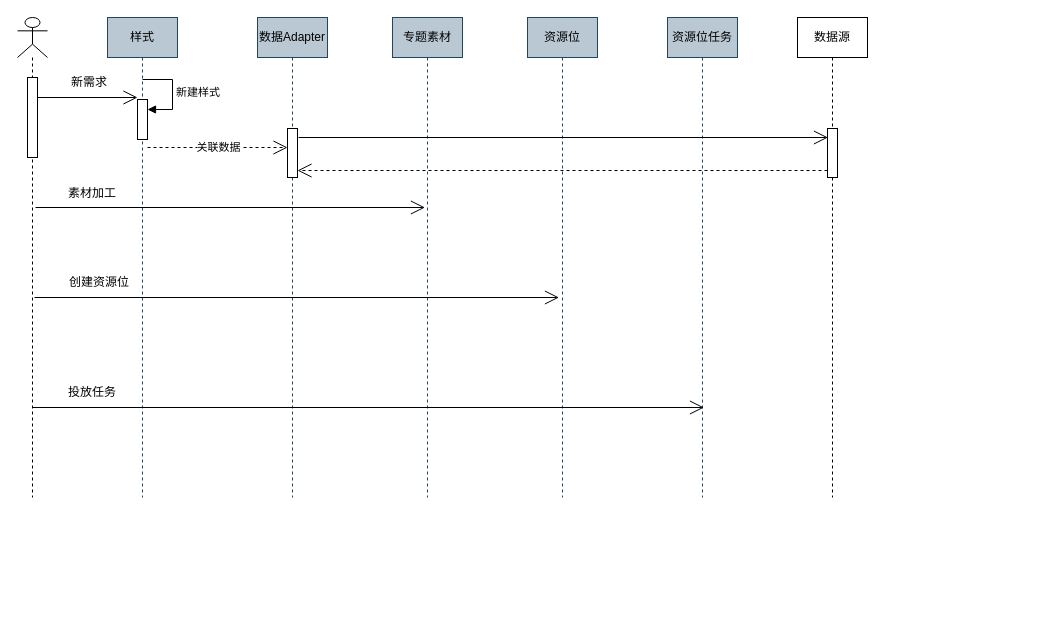
Before: draft/XR交互流程.drawio in melonshell/draw.io, a draw.io diagram. Source tidied: cells renumbered, new cells numbered last; positions are measured from the earlier drawing's top-left corner, leaving out a move shared by most shapes. Both pictures are drawn from the tidied source at 100%, with x=0, y=0 at pixel (17, 17).
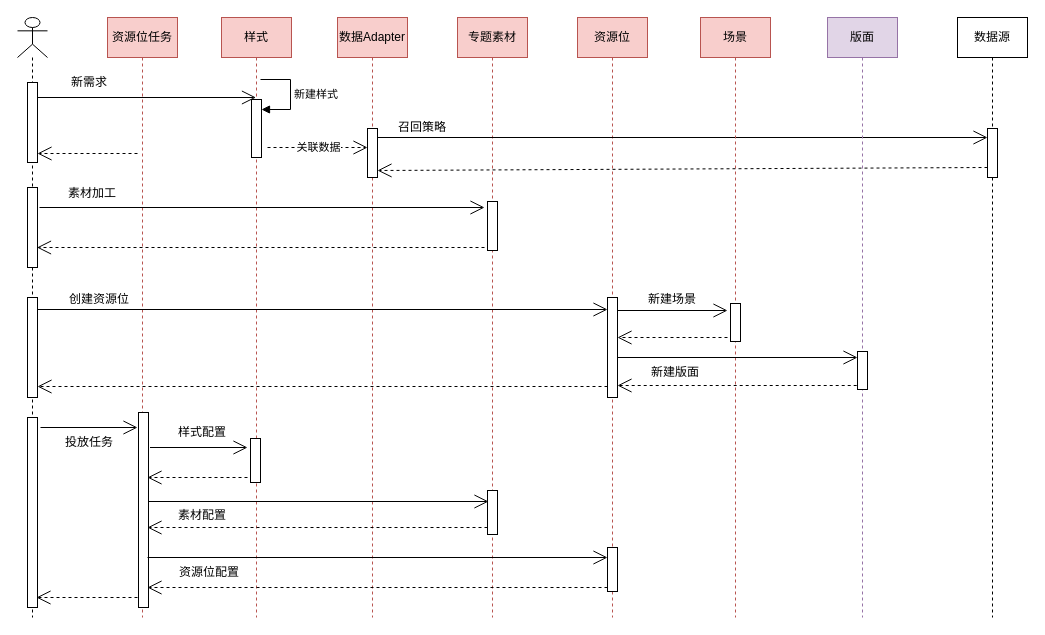
After the change.

Commit message (it also covers changes not shown here):
更新XR交互流程.drawio

Unchanged cells that the change refers to:
```xml
<mxCell id="23" style="html=1;points=[[0,0,0,0,5],[0,1,0,0,-5],[1,0,0,0,5],[1,1,0,0,-5]];perimeter=orthogonalPerimeter;outlineConnect=0;targetShapes=umlLifeline;portConstraint=eastwest;newEdgeStyle={&quot;curved&quot;:0,&quot;rounded&quot;:0};" parent="22" vertex="1">
  <mxGeometry x="30" y="111" width="10" height="49" as="geometry" />
</mxCell>
```

Change to the diagram source:
```diff
@@
-    <mxCell id="2" value="样式" style="shape=umlLifeline;perimeter=lifelinePerimeter;whiteSpace=wrap;html=1;outlineConnect=0;portConstraint=eastwest;newEdgeStyle={&quot;edgeStyle&quot;:&quot;elbowEdgeStyle&quot;,&quot;elbow&quot;:&quot;vertical&quot;,&quot;curved&quot;:0,&quot;rounded&quot;:0};fillColor=#bac8d3;strokeColor=#23445d;" parent="1" vertex="1">
-      <mxGeometry x="90" width="70" height="480" as="geometry" />
+    <mxCell id="2" value="样式" style="shape=umlLifeline;perimeter=lifelinePerimeter;whiteSpace=wrap;html=1;outlineConnect=0;portConstraint=eastwest;newEdgeStyle={&quot;edgeStyle&quot;:&quot;elbowEdgeStyle&quot;,&quot;elbow&quot;:&quot;vertical&quot;,&quot;curved&quot;:0,&quot;rounded&quot;:0};fillColor=#f8cecc;strokeColor=#b85450;" parent="1" vertex="1">
+      <mxGeometry x="204" width="70" height="600" as="geometry" />
     </mxCell>
     <mxCell id="3" style="html=1;points=[[0,0,0,0,5],[0,1,0,0,-5],[1,0,0,0,5],[1,1,0,0,-5]];perimeter=orthogonalPerimeter;outlineConnect=0;targetShapes=umlLifeline;portConstraint=eastwest;newEdgeStyle={&quot;curved&quot;:0,&quot;rounded&quot;:0};" parent="2" vertex="1">
-      <mxGeometry x="30" y="82" width="10" height="40" as="geometry" />
+      <mxGeometry x="30" y="82" width="10" height="58" as="geometry" />
     </mxCell>
     <mxCell id="4" value="新建样式" style="html=1;align=left;spacingLeft=2;endArrow=block;rounded=0;edgeStyle=orthogonalEdgeStyle;curved=0;rounded=0;" parent="2" edge="1" target="3">
       <mxGeometry relative="1" as="geometry">
-        <mxPoint x="35" y="62" as="sourcePoint" />
+        <mxPoint x="39" y="62" as="sourcePoint" />
         <Array as="points">
-          <mxPoint x="65" y="92" />
+          <mxPoint x="69" y="92" />
         </Array>
       </mxGeometry>
     </mxCell>
+    <mxCell id="26" style="html=1;perimeter=orthogonalPerimeter;targetShapes=umlLifeline;newEdgeStyle={&quot;curved&quot;:0,&quot;rounded&quot;:0};" parent="2" vertex="1">
+      <mxGeometry x="29" y="421" width="10" height="44" as="geometry" />
+    </mxCell>
-    <mxCell id="5" value="数据Adapter" style="shape=umlLifeline;perimeter=lifelinePerimeter;whiteSpace=wrap;html=1;newEdgeStyle={&quot;edgeStyle&quot;:&quot;elbowEdgeStyle&quot;,&quot;elbow&quot;:&quot;vertical&quot;,&quot;curved&quot;:0,&quot;rounded&quot;:0};fillColor=#bac8d3;strokeColor=#23445d;" parent="1" vertex="1">
-      <mxGeometry x="240" width="70" height="480" as="geometry" />
+    <mxCell id="5" value="数据Adapter" style="shape=umlLifeline;perimeter=lifelinePerimeter;whiteSpace=wrap;html=1;newEdgeStyle={&quot;edgeStyle&quot;:&quot;elbowEdgeStyle&quot;,&quot;elbow&quot;:&quot;vertical&quot;,&quot;curved&quot;:0,&quot;rounded&quot;:0};fillColor=#f8cecc;strokeColor=#b85450;" parent="1" vertex="1">
+      <mxGeometry x="320" width="70" height="600" as="geometry" />
     </mxCell>
@@
-    <mxCell id="7" value="专题素材" style="shape=umlLifeline;perimeter=lifelinePerimeter;whiteSpace=wrap;html=1;newEdgeStyle={&quot;edgeStyle&quot;:&quot;elbowEdgeStyle&quot;,&quot;elbow&quot;:&quot;vertical&quot;,&quot;curved&quot;:0,&quot;rounded&quot;:0};fillColor=#bac8d3;strokeColor=#23445d;" parent="1" vertex="1">
-      <mxGeometry x="375" width="70" height="480" as="geometry" />
+    <mxCell id="7" value="专题素材" style="shape=umlLifeline;perimeter=lifelinePerimeter;whiteSpace=wrap;html=1;newEdgeStyle={&quot;edgeStyle&quot;:&quot;elbowEdgeStyle&quot;,&quot;elbow&quot;:&quot;vertical&quot;,&quot;curved&quot;:0,&quot;rounded&quot;:0};fillColor=#f8cecc;strokeColor=#b85450;" parent="1" vertex="1">
+      <mxGeometry x="440" width="70" height="600" as="geometry" />
     </mxCell>
+    <mxCell id="27" style="html=1;perimeter=orthogonalPerimeter;targetShapes=umlLifeline;newEdgeStyle={&quot;curved&quot;:0,&quot;rounded&quot;:0};" parent="7" vertex="1">
+      <mxGeometry x="30" y="184" width="10" height="49" as="geometry" />
+    </mxCell>
+    <mxCell id="28" style="html=1;perimeter=orthogonalPerimeter;targetShapes=umlLifeline;newEdgeStyle={&quot;curved&quot;:0,&quot;rounded&quot;:0};" parent="7" vertex="1">
+      <mxGeometry x="30" y="473" width="10" height="44" as="geometry" />
+    </mxCell>
-    <mxCell id="8" value="资源位" style="shape=umlLifeline;perimeter=lifelinePerimeter;whiteSpace=wrap;html=1;newEdgeStyle={&quot;edgeStyle&quot;:&quot;elbowEdgeStyle&quot;,&quot;elbow&quot;:&quot;vertical&quot;,&quot;curved&quot;:0,&quot;rounded&quot;:0};fillColor=#bac8d3;strokeColor=#23445d;" parent="1" vertex="1">
-      <mxGeometry x="510" width="70" height="480" as="geometry" />
+    <mxCell id="8" value="资源位" style="shape=umlLifeline;perimeter=lifelinePerimeter;whiteSpace=wrap;html=1;newEdgeStyle={&quot;edgeStyle&quot;:&quot;elbowEdgeStyle&quot;,&quot;elbow&quot;:&quot;vertical&quot;,&quot;curved&quot;:0,&quot;rounded&quot;:0};fillColor=#f8cecc;strokeColor=#b85450;" parent="1" vertex="1">
+      <mxGeometry x="560" width="70" height="600" as="geometry" />
     </mxCell>
+    <mxCell id="29" style="html=1;perimeter=orthogonalPerimeter;targetShapes=umlLifeline;newEdgeStyle={&quot;curved&quot;:0,&quot;rounded&quot;:0};" parent="8" vertex="1">
+      <mxGeometry x="30" y="280" width="10" height="100" as="geometry" />
+    </mxCell>
+    <mxCell id="30" style="html=1;perimeter=orthogonalPerimeter;targetShapes=umlLifeline;newEdgeStyle={&quot;curved&quot;:0,&quot;rounded&quot;:0};" parent="8" vertex="1">
+      <mxGeometry x="30" y="530" width="10" height="44" as="geometry" />
+    </mxCell>
-    <mxCell id="9" value="资源位任务" style="shape=umlLifeline;perimeter=lifelinePerimeter;whiteSpace=wrap;html=1;newEdgeStyle={&quot;edgeStyle&quot;:&quot;elbowEdgeStyle&quot;,&quot;elbow&quot;:&quot;vertical&quot;,&quot;curved&quot;:0,&quot;rounded&quot;:0};fillColor=#bac8d3;strokeColor=#23445d;" parent="1" vertex="1">
-      <mxGeometry x="650" width="70" height="480" as="geometry" />
+    <mxCell id="9" value="资源位任务" style="shape=umlLifeline;perimeter=lifelinePerimeter;whiteSpace=wrap;html=1;newEdgeStyle={&quot;edgeStyle&quot;:&quot;elbowEdgeStyle&quot;,&quot;elbow&quot;:&quot;vertical&quot;,&quot;curved&quot;:0,&quot;rounded&quot;:0};fillColor=#f8cecc;strokeColor=#b85450;" parent="1" vertex="1">
+      <mxGeometry x="90" width="70" height="600" as="geometry" />
     </mxCell>
+    <mxCell id="31" style="html=1;perimeter=orthogonalPerimeter;targetShapes=umlLifeline;newEdgeStyle={&quot;curved&quot;:0,&quot;rounded&quot;:0};" parent="9" vertex="1">
+      <mxGeometry x="31" y="395" width="10" height="195" as="geometry" />
+    </mxCell>
     <mxCell id="10" style="shape=umlLifeline;perimeter=lifelinePerimeter;whiteSpace=wrap;html=1;newEdgeStyle={&quot;curved&quot;:0,&quot;rounded&quot;:0};participant=umlActor;" parent="1" vertex="1">
-      <mxGeometry width="30" height="480" as="geometry" />
+      <mxGeometry width="30" height="600" as="geometry" />
     </mxCell>
     <mxCell id="11" style="html=1;perimeter=orthogonalPerimeter;targetShapes=umlLifeline;newEdgeStyle={&quot;curved&quot;:0,&quot;rounded&quot;:0};" parent="10" vertex="1">
-      <mxGeometry x="10" y="60" width="10" height="80" as="geometry" />
+      <mxGeometry x="10" y="65" width="10" height="80" as="geometry" />
     </mxCell>
+    <mxCell id="32" style="html=1;perimeter=orthogonalPerimeter;targetShapes=umlLifeline;newEdgeStyle={&quot;curved&quot;:0,&quot;rounded&quot;:0};" parent="10" vertex="1">
+      <mxGeometry x="10" y="170" width="10" height="80" as="geometry" />
+    </mxCell>
+    <mxCell id="33" style="html=1;perimeter=orthogonalPerimeter;targetShapes=umlLifeline;newEdgeStyle={&quot;curved&quot;:0,&quot;rounded&quot;:0};" parent="10" vertex="1">
+      <mxGeometry x="10" y="280" width="10" height="100" as="geometry" />
+    </mxCell>
+    <mxCell id="34" style="html=1;perimeter=orthogonalPerimeter;targetShapes=umlLifeline;newEdgeStyle={&quot;curved&quot;:0,&quot;rounded&quot;:0};" parent="10" vertex="1">
+      <mxGeometry x="10" y="400" width="10" height="190" as="geometry" />
+    </mxCell>
-    <mxCell id="12" style="endArrow=open;endFill=1;endSize=12;html=1;rounded=0;" parent="1" edge="1">
+    <mxCell id="12" style="endArrow=open;endFill=1;endSize=12;html=1;rounded=0;" parent="1" edge="1" target="2">
       <mxGeometry relative="1" as="geometry">
         <mxPoint x="20" y="80" as="sourcePoint" />
-        <mxPoint x="120" y="80" as="targetPoint" />
       </mxGeometry>
     </mxCell>
@@
     <mxCell id="14" style="endArrow=open;endSize=12;dashed=1;html=1;rounded=0;" parent="1" edge="1">
       <mxGeometry relative="1" as="geometry">
-        <mxPoint x="130" y="130" as="sourcePoint" />
-        <mxPoint x="270" y="130" as="targetPoint" />
+        <mxPoint x="250" y="130" as="sourcePoint" />
+        <mxPoint x="350" y="130" as="targetPoint" />
       </mxGeometry>
     </mxCell>
@@
     <mxCell id="16" style="endArrow=open;endFill=1;endSize=12;html=1;rounded=0;" parent="1" edge="1">
       <mxGeometry relative="1" as="geometry">
-        <mxPoint x="18" y="190" as="sourcePoint" />
-        <mxPoint x="407.5" y="190" as="targetPoint" />
+        <mxPoint x="22" y="190" as="sourcePoint" />
+        <mxPoint x="467" y="190" as="targetPoint" />
       </mxGeometry>
     </mxCell>
@@
     <mxCell id="18" style="endArrow=open;endFill=1;endSize=12;html=1;rounded=0;" parent="1" edge="1">
       <mxGeometry relative="1" as="geometry">
-        <mxPoint x="17" y="280" as="sourcePoint" />
-        <mxPoint x="541.5" y="280" as="targetPoint" />
+        <mxPoint x="20" y="292" as="sourcePoint" />
+        <mxPoint x="590" y="292" as="targetPoint" />
       </mxGeometry>
     </mxCell>
     <mxCell id="19" value="创建资源位" style="rounded=0;whiteSpace=wrap;html=1;fillColor=none;strokeColor=none;" parent="1" vertex="1">
-      <mxGeometry x="47" y="250" width="70" height="30" as="geometry" />
+      <mxGeometry x="47" y="267" width="70" height="30" as="geometry" />
     </mxCell>
     <mxCell id="20" style="endArrow=open;endFill=1;endSize=12;html=1;rounded=0;" parent="1" edge="1">
       <mxGeometry relative="1" as="geometry">
-        <mxPoint x="14.8" y="390" as="sourcePoint" />
-        <mxPoint x="686.5" y="390" as="targetPoint" />
+        <mxPoint x="23" y="410" as="sourcePoint" />
+        <mxPoint x="120" y="410" as="targetPoint" />
       </mxGeometry>
     </mxCell>
     <mxCell id="21" value="投放任务" style="rounded=0;whiteSpace=wrap;html=1;fillColor=none;strokeColor=none;" parent="1" vertex="1">
-      <mxGeometry x="40" y="360" width="70" height="30" as="geometry" />
+      <mxGeometry x="37" y="410" width="70" height="30" as="geometry" />
     </mxCell>
     <mxCell id="22" value="数据源" style="shape=umlLifeline;perimeter=lifelinePerimeter;whiteSpace=wrap;html=1;newEdgeStyle={&quot;edgeStyle&quot;:&quot;elbowEdgeStyle&quot;,&quot;elbow&quot;:&quot;vertical&quot;,&quot;curved&quot;:0,&quot;rounded&quot;:0};" parent="1" vertex="1">
-      <mxGeometry x="780" width="70" height="480" as="geometry" />
+      <mxGeometry x="940" width="70" height="600" as="geometry" />
     </mxCell>
@@
-    <mxCell id="24" style="endArrow=open;endFill=1;endSize=12;html=1;rounded=0;" parent="1" edge="1">
+    <mxCell id="24" style="endArrow=open;endFill=1;endSize=12;html=1;rounded=0;" parent="1" edge="1" target="23">
       <mxGeometry relative="1" as="geometry">
-        <mxPoint x="281" y="120" as="sourcePoint" />
-        <mxPoint x="810.5" y="120" as="targetPoint" />
+        <mxPoint x="360" y="120" as="sourcePoint" />
       </mxGeometry>
     </mxCell>
     <mxCell id="25" style="endArrow=open;endFill=1;endSize=12;html=1;rounded=0;dashed=1;" parent="1" edge="1">
       <mxGeometry relative="1" as="geometry">
-        <mxPoint x="810" y="153" as="sourcePoint" />
-        <mxPoint x="280" y="153" as="targetPoint" />
+        <mxPoint x="970" y="150" as="sourcePoint" />
+        <mxPoint x="360" y="153" as="targetPoint" />
       </mxGeometry>
     </mxCell>
+    <mxCell id="35" value="召回策略" style="rounded=0;whiteSpace=wrap;html=1;fillColor=none;strokeColor=none;" parent="1" vertex="1">
+      <mxGeometry x="380" y="95" width="50" height="30" as="geometry" />
+    </mxCell>
+    <mxCell id="36" style="endArrow=open;endFill=1;endSize=12;html=1;rounded=0;dashed=1;entryX=1;entryY=1;entryDx=0;entryDy=-5;entryPerimeter=0;" parent="1" edge="1">
+      <mxGeometry relative="1" as="geometry">
+        <mxPoint x="120" y="136" as="sourcePoint" />
+        <mxPoint x="20" y="136" as="targetPoint" />
+      </mxGeometry>
+    </mxCell>
+    <mxCell id="37" style="endArrow=open;endFill=1;endSize=12;html=1;rounded=0;dashed=1;" parent="1" edge="1">
+      <mxGeometry relative="1" as="geometry">
+        <mxPoint x="467" y="230" as="sourcePoint" />
+        <mxPoint x="19.5" y="230" as="targetPoint" />
+      </mxGeometry>
+    </mxCell>
+    <mxCell id="38" style="endArrow=open;endFill=1;endSize=12;html=1;rounded=0;dashed=1;" parent="1" edge="1">
+      <mxGeometry relative="1" as="geometry">
+        <mxPoint x="590" y="369" as="sourcePoint" />
+        <mxPoint x="20" y="369" as="targetPoint" />
+      </mxGeometry>
+    </mxCell>
+    <mxCell id="39" style="endArrow=open;endFill=1;endSize=12;html=1;rounded=0;dashed=1;" parent="1" edge="1">
+      <mxGeometry relative="1" as="geometry">
+        <mxPoint x="120" y="580" as="sourcePoint" />
+        <mxPoint x="19" y="580" as="targetPoint" />
+      </mxGeometry>
+    </mxCell>
+    <mxCell id="40" value="场景" style="shape=umlLifeline;perimeter=lifelinePerimeter;whiteSpace=wrap;html=1;newEdgeStyle={&quot;edgeStyle&quot;:&quot;elbowEdgeStyle&quot;,&quot;elbow&quot;:&quot;vertical&quot;,&quot;curved&quot;:0,&quot;rounded&quot;:0};fillColor=#f8cecc;strokeColor=#b85450;" parent="1" vertex="1">
+      <mxGeometry x="683" width="70" height="600" as="geometry" />
+    </mxCell>
+    <mxCell id="41" style="html=1;perimeter=orthogonalPerimeter;targetShapes=umlLifeline;newEdgeStyle={&quot;curved&quot;:0,&quot;rounded&quot;:0};" parent="40" vertex="1">
+      <mxGeometry x="30" y="286" width="10" height="38" as="geometry" />
+    </mxCell>
+    <mxCell id="42" value="版面" style="shape=umlLifeline;perimeter=lifelinePerimeter;whiteSpace=wrap;html=1;newEdgeStyle={&quot;edgeStyle&quot;:&quot;elbowEdgeStyle&quot;,&quot;elbow&quot;:&quot;vertical&quot;,&quot;curved&quot;:0,&quot;rounded&quot;:0};fillColor=#e1d5e7;strokeColor=#9673a6;" parent="1" vertex="1">
+      <mxGeometry x="810" width="70" height="600" as="geometry" />
+    </mxCell>
+    <mxCell id="43" style="html=1;perimeter=orthogonalPerimeter;targetShapes=umlLifeline;newEdgeStyle={&quot;curved&quot;:0,&quot;rounded&quot;:0};" parent="42" vertex="1">
+      <mxGeometry x="30" y="334" width="10" height="38" as="geometry" />
+    </mxCell>
+    <mxCell id="44" style="endArrow=open;endFill=1;endSize=12;html=1;rounded=0;" parent="42" edge="1">
+      <mxGeometry relative="1" as="geometry">
+        <mxPoint x="-210" y="340" as="sourcePoint" />
+        <mxPoint x="30" y="340" as="targetPoint" />
+      </mxGeometry>
+    </mxCell>
+    <mxCell id="45" style="endArrow=open;endFill=1;endSize=12;html=1;rounded=0;dashed=1;" parent="42" edge="1">
+      <mxGeometry relative="1" as="geometry">
+        <mxPoint x="29.2" y="368" as="sourcePoint" />
+        <mxPoint x="-210" y="368" as="targetPoint" />
+      </mxGeometry>
+    </mxCell>
+    <mxCell id="46" style="endArrow=open;endFill=1;endSize=12;html=1;rounded=0;entryX=1;entryY=1;entryDx=0;entryDy=0;" parent="1" edge="1">
+      <mxGeometry relative="1" as="geometry">
+        <mxPoint x="600" y="293" as="sourcePoint" />
+        <mxPoint x="710" y="293" as="targetPoint" />
+      </mxGeometry>
+    </mxCell>
+    <mxCell id="47" style="endArrow=open;endFill=1;endSize=12;html=1;rounded=0;dashed=1;" parent="1" edge="1">
+      <mxGeometry relative="1" as="geometry">
+        <mxPoint x="710" y="320" as="sourcePoint" />
+        <mxPoint x="600" y="320" as="targetPoint" />
+      </mxGeometry>
+    </mxCell>
+    <mxCell id="48" value="新建版面" style="rounded=0;whiteSpace=wrap;html=1;fillColor=none;strokeColor=none;" parent="1" vertex="1">
+      <mxGeometry x="633" y="340" width="50" height="30" as="geometry" />
+    </mxCell>
+    <mxCell id="49" value="新建场景" style="rounded=0;whiteSpace=wrap;html=1;fillColor=none;strokeColor=none;" parent="1" vertex="1">
+      <mxGeometry x="630" y="267" width="50" height="30" as="geometry" />
+    </mxCell>
+    <mxCell id="50" style="endArrow=open;endFill=1;endSize=12;html=1;rounded=0;" parent="1" edge="1">
+      <mxGeometry relative="1" as="geometry">
+        <mxPoint x="132.5" y="430" as="sourcePoint" />
+        <mxPoint x="230" y="430" as="targetPoint" />
+      </mxGeometry>
+    </mxCell>
+    <mxCell id="51" style="endArrow=open;endFill=1;endSize=12;html=1;rounded=0;dashed=1;entryX=1;entryY=1;entryDx=0;entryDy=-5;entryPerimeter=0;" parent="1" edge="1">
+      <mxGeometry relative="1" as="geometry">
+        <mxPoint x="230" y="460" as="sourcePoint" />
+        <mxPoint x="130" y="460" as="targetPoint" />
+      </mxGeometry>
+    </mxCell>
+    <mxCell id="52" value="样式配置" style="rounded=0;whiteSpace=wrap;html=1;fillColor=none;strokeColor=none;" parent="1" vertex="1">
+      <mxGeometry x="150" y="400" width="70" height="30" as="geometry" />
+    </mxCell>
+    <mxCell id="53" style="endArrow=open;endFill=1;endSize=12;html=1;rounded=0;" parent="1" edge="1">
+      <mxGeometry relative="1" as="geometry">
+        <mxPoint x="131" y="484" as="sourcePoint" />
+        <mxPoint x="471" y="484" as="targetPoint" />
+      </mxGeometry>
+    </mxCell>
+    <mxCell id="54" style="endArrow=open;endFill=1;endSize=12;html=1;rounded=0;dashed=1;" parent="1" edge="1">
+      <mxGeometry relative="1" as="geometry">
+        <mxPoint x="470" y="510" as="sourcePoint" />
+        <mxPoint x="130" y="510" as="targetPoint" />
+      </mxGeometry>
+    </mxCell>
+    <mxCell id="55" value="素材配置" style="rounded=0;whiteSpace=wrap;html=1;fillColor=none;strokeColor=none;" parent="1" vertex="1">
+      <mxGeometry x="150" y="483" width="70" height="30" as="geometry" />
+    </mxCell>
+    <mxCell id="56" style="endArrow=open;endFill=1;endSize=12;html=1;rounded=0;" parent="1" edge="1">
+      <mxGeometry relative="1" as="geometry">
+        <mxPoint x="130" y="540" as="sourcePoint" />
+        <mxPoint x="590" y="540" as="targetPoint" />
+      </mxGeometry>
+    </mxCell>
+    <mxCell id="57" style="endArrow=open;endFill=1;endSize=12;html=1;rounded=0;dashed=1;" parent="1" edge="1">
+      <mxGeometry relative="1" as="geometry">
+        <mxPoint x="590" y="570" as="sourcePoint" />
+        <mxPoint x="130" y="570" as="targetPoint" />
+      </mxGeometry>
+    </mxCell>
+    <mxCell id="58" value="资源位配置" style="rounded=0;whiteSpace=wrap;html=1;fillColor=none;strokeColor=none;" parent="1" vertex="1">
+      <mxGeometry x="157" y="540" width="70" height="30" as="geometry" />
+    </mxCell>
```
